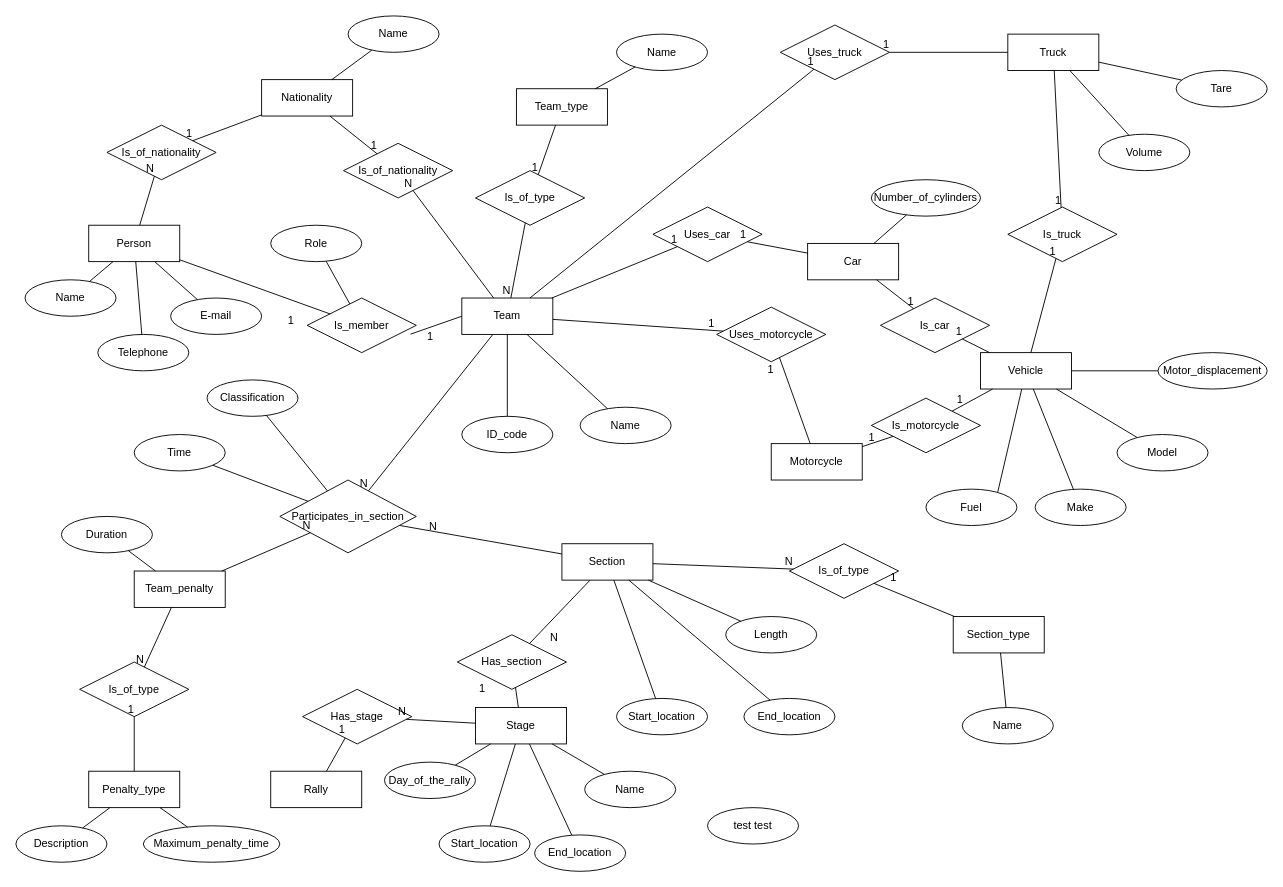
The draw.io diagram M1_ER_diagram.drawio in DanyKrk/ISEP_BDDAD_M1, before the edit. Source tidied: cells renumbered, new cells numbered last; positions are measured from the earlier drawing's top-left corner, leaving out a move shared by most shapes. Both pictures are drawn from the tidied source at 91%, with x=0, y=0 at pixel (15, 15).
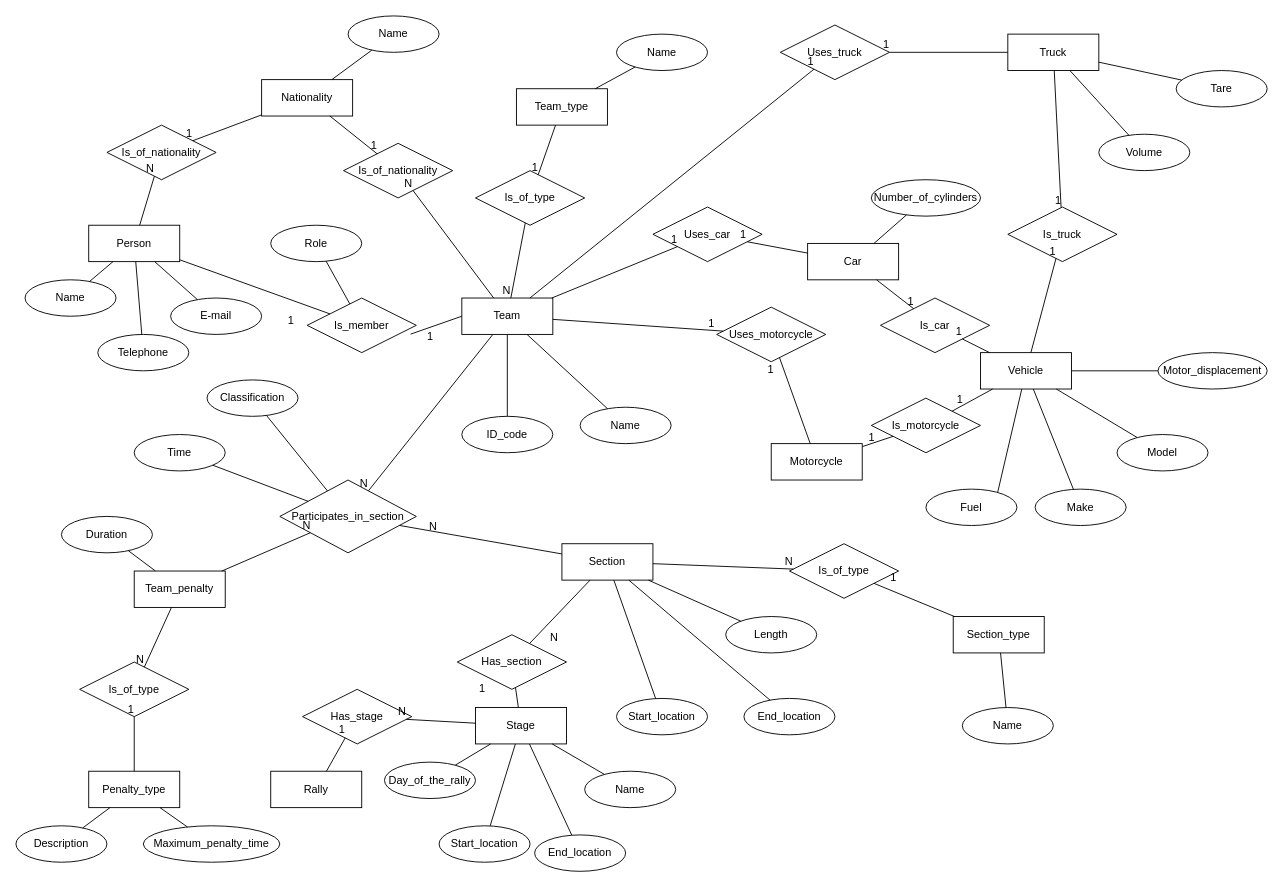
The same diagram, later.

Diff of the diagram source:
```diff
@@
-    <mxCell id="145" value="test test" style="ellipse;whiteSpace=wrap;html=1;align=center;" parent="1" vertex="1">
-      <mxGeometry x="760" y="870" width="100" height="40" as="geometry" />
-    </mxCell>
```
